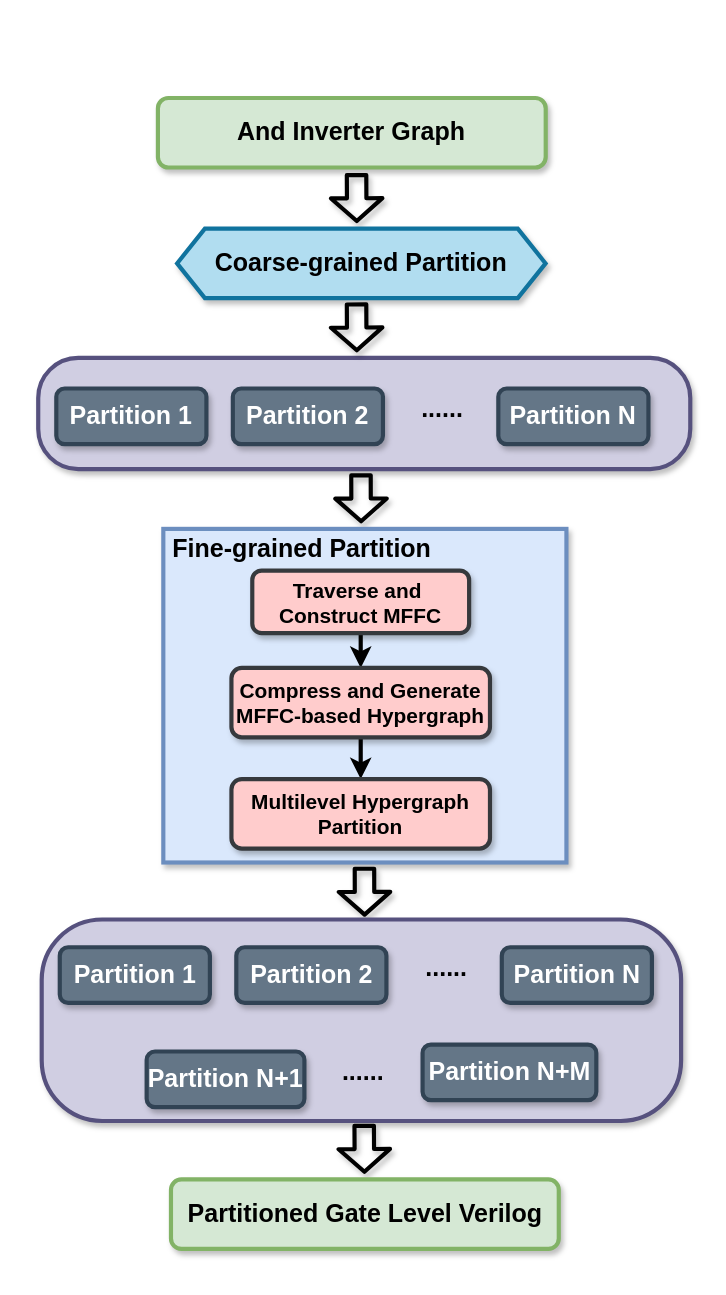
kxzhu0505/LogicSynOpt keeps this draw.io diagram as PartitionFlow.drawio. Above is the earlier version. Source tidied: cells renumbered, new cells numbered last; positions are measured from the earlier drawing's top-left corner, leaving out a move shared by most shapes. Both pictures are drawn from the tidied source at 139%, with x=0, y=0 at pixel (38, 97).
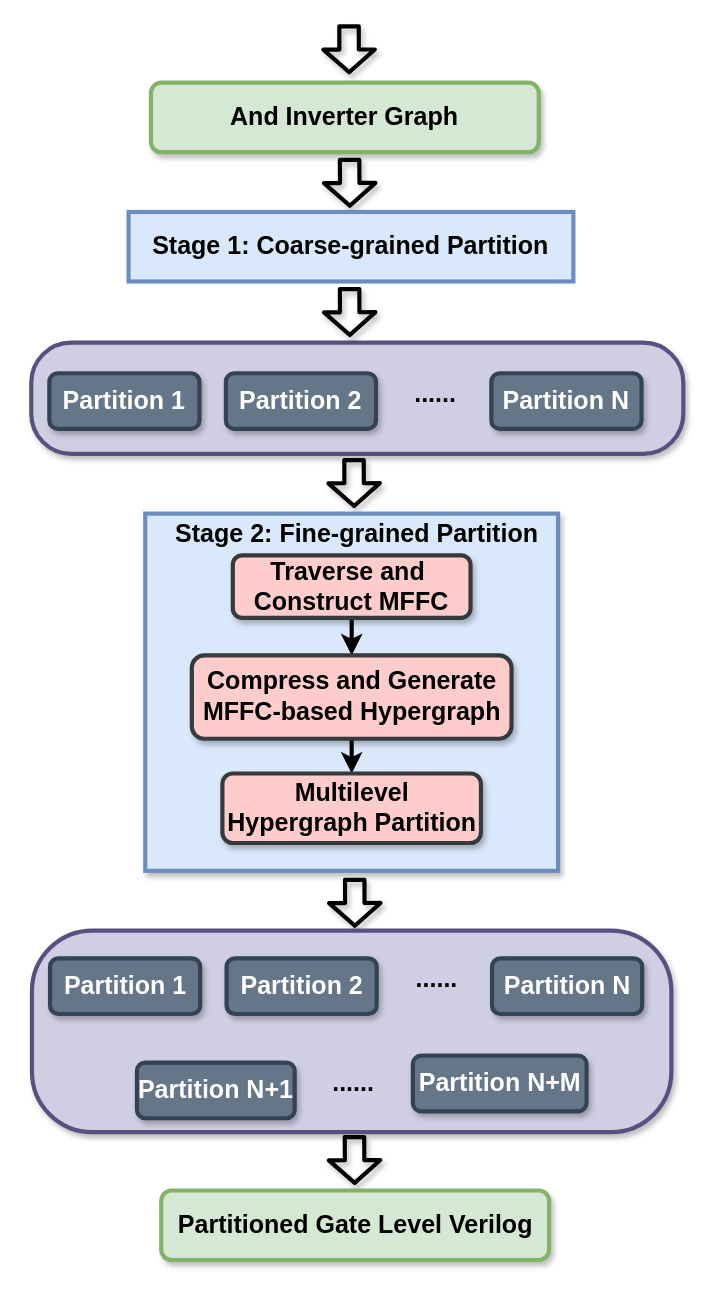
After the change.

Change to the diagram source:
```diff
@@
     <mxCell id="3" value="&lt;font face=&quot;Helvetica&quot; style=&quot;font-size: 18px;&quot;&gt;&lt;span style=&quot;font-size: 18px;&quot;&gt;And Inverter Graph&lt;/span&gt;&lt;/font&gt;" style="rounded=1;whiteSpace=wrap;html=1;fillColor=#d5e8d4;strokeColor=#82b366;fontStyle=1;fontSize=18;strokeWidth=3;shadow=1;" parent="1" vertex="1">
-      <mxGeometry x="86.1" width="279" height="50" as="geometry" />
+      <mxGeometry x="81.1" y="-11" width="279" height="50" as="geometry" />
     </mxCell>
     <mxCell id="4" style="shape=flexArrow;endArrow=classic;html=1;rounded=1;strokeWidth=3;width=12;endSize=4.445714285714286;shadow=1;fontSize=18;" parent="1" edge="1">
       <mxGeometry relative="1" as="geometry">
-        <mxPoint x="229" y="54" as="sourcePoint" />
-        <mxPoint x="229.2" y="90" as="targetPoint" />
+        <mxPoint x="224" y="43" as="sourcePoint" />
+        <mxPoint x="224.2" y="79" as="targetPoint" />
       </mxGeometry>
     </mxCell>
     <mxCell id="5" style="shape=flexArrow;endArrow=classic;html=1;rounded=1;strokeWidth=3;width=12;endSize=4.445714285714286;shadow=1;fontSize=18;" parent="1" edge="1">
       <mxGeometry relative="1" as="geometry">
-        <mxPoint x="232.2" y="270" as="sourcePoint" />
-        <mxPoint x="232.3" y="306" as="targetPoint" />
+        <mxPoint x="227.2" y="259" as="sourcePoint" />
+        <mxPoint x="227.3" y="295" as="targetPoint" />
       </mxGeometry>
     </mxCell>
     <mxCell id="6" style="shape=flexArrow;endArrow=classic;html=1;rounded=1;strokeWidth=3;width=12;endSize=4.445714285714286;shadow=1;fontSize=18;" parent="1" edge="1">
       <mxGeometry relative="1" as="geometry">
-        <mxPoint x="234.7" y="553" as="sourcePoint" />
-        <mxPoint x="234.8" y="589" as="targetPoint" />
+        <mxPoint x="227.7" y="561" as="sourcePoint" />
+        <mxPoint x="227.8" y="597" as="targetPoint" />
       </mxGeometry>
     </mxCell>
     <mxCell id="7" style="rounded=1;whiteSpace=wrap;html=1;shadow=1;strokeWidth=3;fillColor=#d0cee2;strokeColor=#56517e;fontSize=18;arcSize=36;" parent="1" vertex="1">
-      <mxGeometry y="187" width="469.1" height="80" as="geometry" />
+      <mxGeometry x="-5" y="176" width="469.1" height="80" as="geometry" />
     </mxCell>
     <mxCell id="8" value="&lt;font face=&quot;Helvetica&quot; style=&quot;font-size: 18px;&quot;&gt;Partition 1&lt;/font&gt;" style="rounded=1;whiteSpace=wrap;html=1;fillColor=#647687;strokeColor=#314354;fontStyle=1;fontSize=18;strokeWidth=3;shadow=1;fontColor=#ffffff;" parent="1" vertex="1">
-      <mxGeometry x="13" y="209" width="108" height="40" as="geometry" />
+      <mxGeometry x="8" y="198" width="108" height="40" as="geometry" />
     </mxCell>
     <mxCell id="9" value="&lt;font face=&quot;Helvetica&quot; style=&quot;font-size: 18px;&quot;&gt;......&lt;/font&gt;" style="text;html=1;strokeColor=none;fillColor=none;align=center;verticalAlign=middle;whiteSpace=wrap;rounded=0;fontStyle=1;fontSize=18;strokeWidth=3;" parent="1" vertex="1">
-      <mxGeometry x="261" y="209" width="60" height="30" as="geometry" />
+      <mxGeometry x="256" y="198" width="60" height="30" as="geometry" />
     </mxCell>
     <mxCell id="10" value="&lt;font face=&quot;Helvetica&quot; style=&quot;font-size: 18px;&quot;&gt;Partition N&lt;/font&gt;" style="rounded=1;whiteSpace=wrap;html=1;fillColor=#647687;strokeColor=#314354;fontStyle=1;fontSize=18;strokeWidth=3;shadow=1;fontColor=#ffffff;" parent="1" vertex="1">
-      <mxGeometry x="331" y="209" width="108" height="40" as="geometry" />
+      <mxGeometry x="326" y="198" width="108" height="40" as="geometry" />
     </mxCell>
     <mxCell id="11" value="&lt;font face=&quot;Helvetica&quot; style=&quot;font-size: 18px;&quot;&gt;Partition 2&lt;/font&gt;" style="rounded=1;whiteSpace=wrap;html=1;fillColor=#647687;strokeColor=#314354;fontStyle=1;fontSize=18;strokeWidth=3;shadow=1;fontColor=#ffffff;" parent="1" vertex="1">
-      <mxGeometry x="140" y="209" width="108" height="40" as="geometry" />
+      <mxGeometry x="135" y="198" width="108" height="40" as="geometry" />
     </mxCell>
     <mxCell id="12" style="rounded=1;whiteSpace=wrap;html=1;shadow=1;strokeWidth=3;fillColor=#d0cee2;strokeColor=#56517e;fontSize=18;arcSize=30;" parent="1" vertex="1">
-      <mxGeometry x="2.5" y="591" width="460" height="145" as="geometry" />
+      <mxGeometry x="-4.5" y="599" width="460" height="145" as="geometry" />
     </mxCell>
     <mxCell id="13" value="&lt;font face=&quot;Helvetica&quot; style=&quot;font-size: 18px;&quot;&gt;Partition 1&lt;/font&gt;" style="rounded=1;whiteSpace=wrap;html=1;fillColor=#647687;strokeColor=#314354;fontStyle=1;fontSize=18;strokeWidth=3;shadow=1;fontColor=#ffffff;" parent="1" vertex="1">
-      <mxGeometry x="15.5" y="611" width="108" height="40" as="geometry" />
+      <mxGeometry x="8.5" y="619" width="108" height="40" as="geometry" />
     </mxCell>
     <mxCell id="14" value="&lt;font face=&quot;Helvetica&quot; style=&quot;font-size: 18px;&quot;&gt;......&lt;/font&gt;" style="text;html=1;strokeColor=none;fillColor=none;align=center;verticalAlign=middle;whiteSpace=wrap;rounded=0;fontStyle=1;fontSize=18;strokeWidth=3;" parent="1" vertex="1">
-      <mxGeometry x="263.5" y="611" width="60" height="30" as="geometry" />
+      <mxGeometry x="256.5" y="619" width="60" height="30" as="geometry" />
     </mxCell>
     <mxCell id="15" value="&lt;font face=&quot;Helvetica&quot; style=&quot;font-size: 18px;&quot;&gt;Partition N&lt;/font&gt;" style="rounded=1;whiteSpace=wrap;html=1;fillColor=#647687;strokeColor=#314354;fontStyle=1;fontSize=18;strokeWidth=3;shadow=1;fontColor=#ffffff;" parent="1" vertex="1">
-      <mxGeometry x="333.5" y="611" width="108" height="40" as="geometry" />
+      <mxGeometry x="326.5" y="619" width="108" height="40" as="geometry" />
     </mxCell>
     <mxCell id="16" value="&lt;font face=&quot;Helvetica&quot; style=&quot;font-size: 18px;&quot;&gt;Partition 2&lt;/font&gt;" style="rounded=1;whiteSpace=wrap;html=1;fillColor=#647687;strokeColor=#314354;fontStyle=1;fontSize=18;strokeWidth=3;shadow=1;fontColor=#ffffff;" parent="1" vertex="1">
-      <mxGeometry x="142.5" y="611" width="108" height="40" as="geometry" />
+      <mxGeometry x="135.5" y="619" width="108" height="40" as="geometry" />
     </mxCell>
     <mxCell id="17" value="&lt;font face=&quot;Helvetica&quot; style=&quot;font-size: 18px;&quot;&gt;Partition N+1&lt;/font&gt;" style="rounded=1;whiteSpace=wrap;html=1;fillColor=#647687;strokeColor=#314354;fontStyle=1;fontSize=18;strokeWidth=3;shadow=1;fontColor=#ffffff;" parent="1" vertex="1">
-      <mxGeometry x="78" y="686" width="113.5" height="40" as="geometry" />
+      <mxGeometry x="71" y="694" width="113.5" height="40" as="geometry" />
     </mxCell>
     <mxCell id="18" value="&lt;font face=&quot;Helvetica&quot; style=&quot;font-size: 18px;&quot;&gt;Partition N+M&lt;/font&gt;" style="rounded=1;whiteSpace=wrap;html=1;fillColor=#647687;strokeColor=#314354;fontStyle=1;fontSize=18;strokeWidth=3;shadow=1;fontColor=#ffffff;" parent="1" vertex="1">
-      <mxGeometry x="276.5" y="681" width="125" height="40" as="geometry" />
+      <mxGeometry x="269.5" y="689" width="125" height="40" as="geometry" />
     </mxCell>
     <mxCell id="19" value="&lt;font face=&quot;Helvetica&quot; style=&quot;font-size: 18px;&quot;&gt;......&lt;/font&gt;" style="text;html=1;strokeColor=none;fillColor=none;align=center;verticalAlign=middle;whiteSpace=wrap;rounded=0;fontStyle=1;fontSize=18;strokeWidth=3;" parent="1" vertex="1">
-      <mxGeometry x="203.5" y="686" width="60" height="30" as="geometry" />
+      <mxGeometry x="196.5" y="694" width="60" height="30" as="geometry" />
     </mxCell>
-    <mxCell id="20" value="&lt;b&gt;Coarse-grained Partition&lt;/b&gt;" style="shape=hexagon;perimeter=hexagonPerimeter2;whiteSpace=wrap;html=1;fixedSize=1;fillColor=#b1ddf0;strokeColor=#10739e;strokeWidth=3;shadow=1;fontSize=18;" parent="1" vertex="1">
-      <mxGeometry x="99.9" y="94" width="265.1" height="50" as="geometry" />
-    </mxCell>
     <mxCell id="21" style="shape=flexArrow;endArrow=classic;html=1;rounded=1;strokeWidth=3;width=12;endSize=4.445714285714286;shadow=1;fontSize=18;" parent="1" edge="1">
       <mxGeometry relative="1" as="geometry">
-        <mxPoint x="229" y="147" as="sourcePoint" />
-        <mxPoint x="229.2" y="183" as="targetPoint" />
+        <mxPoint x="224" y="136" as="sourcePoint" />
+        <mxPoint x="224.2" y="172" as="targetPoint" />
       </mxGeometry>
     </mxCell>
     <mxCell id="22" style="shape=flexArrow;endArrow=classic;html=1;rounded=1;strokeWidth=3;width=12;endSize=4.445714285714286;shadow=1;fontSize=18;" parent="1" edge="1">
       <mxGeometry relative="1" as="geometry">
-        <mxPoint x="234.5" y="738" as="sourcePoint" />
-        <mxPoint x="234.7" y="774" as="targetPoint" />
+        <mxPoint x="227.5" y="746" as="sourcePoint" />
+        <mxPoint x="227.7" y="782" as="targetPoint" />
       </mxGeometry>
     </mxCell>
     <mxCell id="23" value="&lt;font face=&quot;Helvetica&quot; style=&quot;font-size: 18px;&quot;&gt;&lt;span style=&quot;font-size: 18px;&quot;&gt;Partitioned Gate Level Verilog&lt;/span&gt;&lt;/font&gt;" style="rounded=1;whiteSpace=wrap;html=1;fillColor=#d5e8d4;strokeColor=#82b366;fontStyle=1;fontSize=18;strokeWidth=3;shadow=1;" parent="1" vertex="1">
-      <mxGeometry x="95.5" y="778" width="279" height="50" as="geometry" />
+      <mxGeometry x="88.5" y="786" width="279" height="50" as="geometry" />
     </mxCell>
     <mxCell id="24" style="rounded=0;whiteSpace=wrap;html=1;strokeWidth=3;shadow=1;fillColor=#dae8fc;strokeColor=#6c8ebf;" parent="1" vertex="1">
-      <mxGeometry x="90" y="310" width="290" height="240" as="geometry" />
+      <mxGeometry x="77" y="299" width="297" height="257" as="geometry" />
     </mxCell>
-    <mxCell id="25" value="&lt;span style=&quot;font-size: 18px;&quot;&gt;&lt;b&gt;Fine-grained Partition&lt;/b&gt;&lt;/span&gt;" style="text;html=1;align=center;verticalAlign=middle;whiteSpace=wrap;rounded=0;" parent="1" vertex="1">
-      <mxGeometry x="90" y="310" width="200" height="30" as="geometry" />
+    <mxCell id="25" value="&lt;b style=&quot;font-size: 18px;&quot;&gt;Stage 2:&amp;nbsp;&lt;/b&gt;&lt;span style=&quot;font-size: 18px;&quot;&gt;&lt;b&gt;Fine-grained Partition&lt;/b&gt;&lt;/span&gt;" style="text;html=1;align=center;verticalAlign=middle;whiteSpace=wrap;rounded=0;" parent="1" vertex="1">
+      <mxGeometry x="92" y="299" width="275" height="30" as="geometry" />
     </mxCell>
@@
-    <mxCell id="27" value="&lt;b style=&quot;&quot;&gt;&lt;font style=&quot;font-size: 15px;&quot;&gt;Traverse and&amp;nbsp; Construct MFFC&lt;/font&gt;&lt;/b&gt;" style="rounded=1;whiteSpace=wrap;html=1;fillColor=#ffcccc;strokeColor=#36393d;strokeWidth=3;shadow=1;" parent="1" vertex="1">
-      <mxGeometry x="154" y="340" width="156" height="45" as="geometry" />
+    <mxCell id="27" value="&lt;b style=&quot;&quot;&gt;&lt;font style=&quot;font-size: 18px;&quot;&gt;Traverse and&amp;nbsp; Construct MFFC&lt;/font&gt;&lt;/b&gt;" style="rounded=1;whiteSpace=wrap;html=1;fillColor=#ffcccc;strokeColor=#36393d;strokeWidth=3;shadow=1;" parent="1" vertex="1">
+      <mxGeometry x="140" y="329" width="171" height="45" as="geometry" />
     </mxCell>
@@
-    <mxCell id="29" value="&lt;b style=&quot;&quot;&gt;&lt;font style=&quot;font-size: 15px;&quot;&gt;Compress and Generate MFFC-based Hypergraph&lt;/font&gt;&lt;/b&gt;" style="rounded=1;whiteSpace=wrap;html=1;fillColor=#ffcccc;strokeColor=#36393d;strokeWidth=3;shadow=1;" parent="1" vertex="1">
-      <mxGeometry x="139" y="410" width="186" height="50" as="geometry" />
+    <mxCell id="29" value="&lt;b style=&quot;&quot;&gt;&lt;font style=&quot;font-size: 18px;&quot;&gt;Compress and Generate MFFC-based Hypergraph&lt;/font&gt;&lt;/b&gt;" style="rounded=1;whiteSpace=wrap;html=1;fillColor=#ffcccc;strokeColor=#36393d;strokeWidth=3;shadow=1;" parent="1" vertex="1">
+      <mxGeometry x="110.5" y="401" width="230" height="60" as="geometry" />
     </mxCell>
-    <mxCell id="30" value="&lt;b style=&quot;&quot;&gt;&lt;font style=&quot;font-size: 15px;&quot;&gt;Multilevel Hypergraph Partition&lt;/font&gt;&lt;/b&gt;" style="rounded=1;whiteSpace=wrap;html=1;fillColor=#ffcccc;strokeColor=#36393d;strokeWidth=3;shadow=1;" parent="1" vertex="1">
-      <mxGeometry x="139" y="490" width="186" height="50" as="geometry" />
+    <mxCell id="30" value="&lt;b style=&quot;&quot;&gt;&lt;font style=&quot;font-size: 18px;&quot;&gt;Multilevel Hypergraph Partition&lt;/font&gt;&lt;/b&gt;" style="rounded=1;whiteSpace=wrap;html=1;fillColor=#ffcccc;strokeColor=#36393d;strokeWidth=3;shadow=1;" parent="1" vertex="1">
+      <mxGeometry x="132.5" y="486" width="186" height="50" as="geometry" />
     </mxCell>
+    <mxCell id="31" value="&lt;b style=&quot;font-size: 18px;&quot;&gt;Stage 1: Coarse-grained Partition&lt;/b&gt;" style="rounded=0;whiteSpace=wrap;html=1;strokeWidth=3;fillColor=#dae8fc;strokeColor=#6c8ebf;" parent="1" vertex="1">
+      <mxGeometry x="65" y="82" width="320" height="50" as="geometry" />
+    </mxCell>
+    <mxCell id="32" style="shape=flexArrow;endArrow=classic;html=1;rounded=1;strokeWidth=3;width=12;endSize=4.445714285714286;shadow=1;fontSize=18;" parent="1" edge="1">
+      <mxGeometry relative="1" as="geometry">
+        <mxPoint x="223.6" y="-53" as="sourcePoint" />
+        <mxPoint x="223.7" y="-17" as="targetPoint" />
+      </mxGeometry>
+    </mxCell>
```
